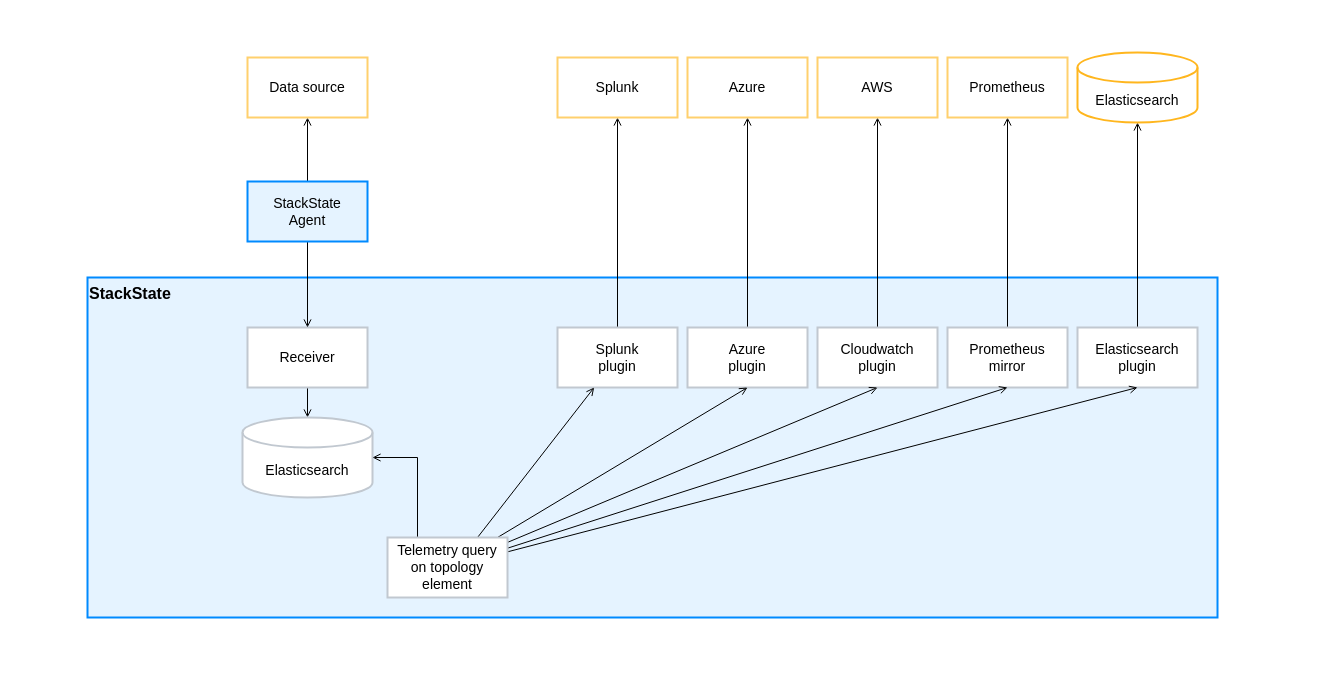
Earlier version of the draw.io diagram resources/drawio/telemetry-sync-2.drawio (StackVista/stackstate-docs). Source tidied: cells renumbered, new cells numbered last; positions are measured from the earlier drawing's top-left corner, leaving out a move shared by most shapes. Both pictures are drawn from the tidied source at 100%, with x=0, y=0 at pixel (17, 17).
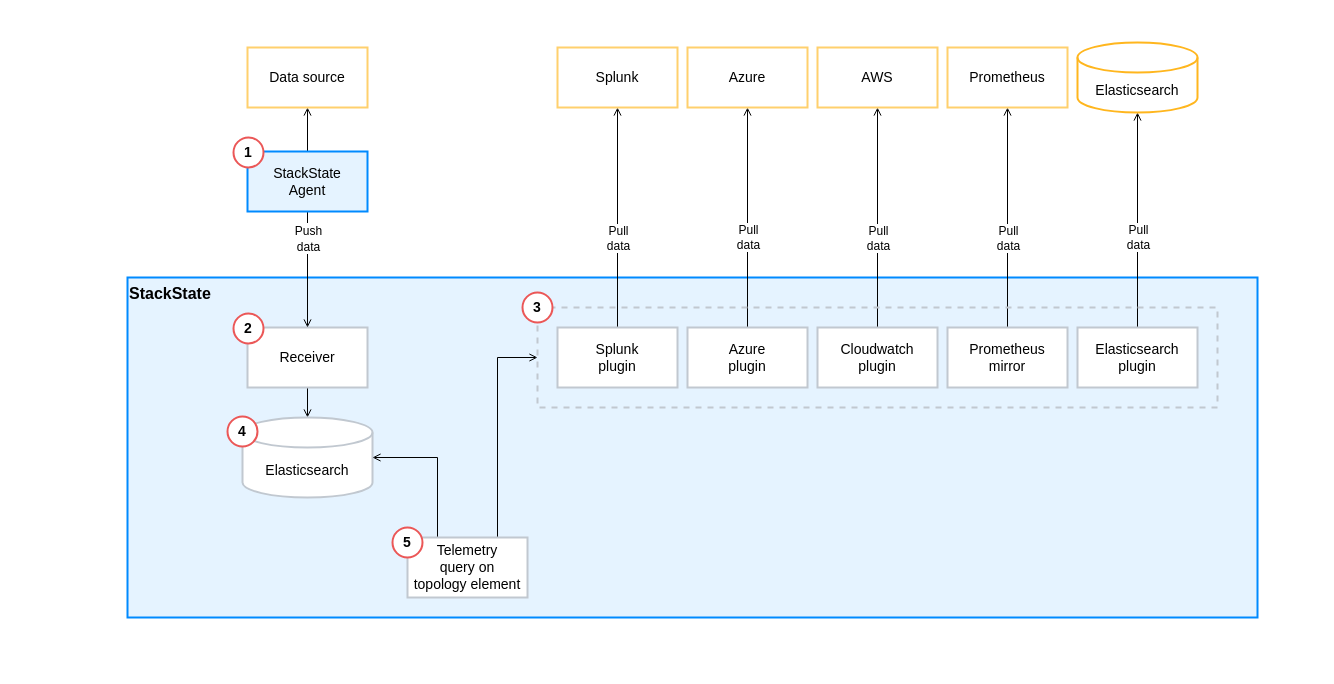
The same diagram, later.

The change refers to these unchanged cells:
```xml
<mxCell id="4" style="edgeStyle=none;rounded=0;jettySize=auto;html=1;entryX=0.5;entryY=1;entryDx=0;entryDy=0;entryPerimeter=0;fontSize=14;endArrow=open;endFill=0;strokeWidth=1;" parent="1" edge="1" source="5" target="30">
  <mxGeometry relative="1" as="geometry" />
</mxCell>
<mxCell id="5" value="Elasticsearch&lt;br&gt;plugin" style="rounded=0;whiteSpace=wrap;html=1;strokeColor=#C1C8D0;strokeWidth=2;fontSize=14;" parent="1" vertex="1">
  <mxGeometry x="1060" y="310" width="120" height="60" as="geometry" />
</mxCell>
<mxCell id="6" style="edgeStyle=none;rounded=0;jettySize=auto;html=1;entryX=0.5;entryY=1;entryDx=0;entryDy=0;fontSize=14;endArrow=open;endFill=0;strokeWidth=1;" parent="1" edge="1" source="7" target="31">
  <mxGeometry relative="1" as="geometry" />
</mxCell>
<mxCell id="7" value="Prometheus&lt;br&gt;mirror" style="rounded=0;whiteSpace=wrap;html=1;strokeColor=#C1C8D0;strokeWidth=2;fontSize=14;" parent="1" vertex="1">
  <mxGeometry x="930" y="310" width="120" height="60" as="geometry" />
</mxCell>
<mxCell id="8" style="edgeStyle=none;rounded=0;jettySize=auto;html=1;entryX=0.5;entryY=1;entryDx=0;entryDy=0;fontSize=14;endArrow=open;endFill=0;strokeWidth=1;" parent="1" edge="1" source="9" target="32">
  <mxGeometry relative="1" as="geometry" />
</mxCell>
<mxCell id="9" value="Cloudwatch&lt;br&gt;plugin" style="rounded=0;whiteSpace=wrap;html=1;strokeColor=#C1C8D0;strokeWidth=2;fontSize=14;" parent="1" vertex="1">
  <mxGeometry x="800" y="310" width="120" height="60" as="geometry" />
</mxCell>
<mxCell id="10" style="edgeStyle=none;rounded=0;jettySize=auto;html=1;entryX=0.5;entryY=1;entryDx=0;entryDy=0;fontSize=14;endArrow=open;endFill=0;strokeWidth=1;" parent="1" edge="1" source="11" target="33">
  <mxGeometry relative="1" as="geometry" />
</mxCell>
<mxCell id="11" value="Azure&lt;br&gt;plugin" style="rounded=0;whiteSpace=wrap;html=1;strokeColor=#C1C8D0;strokeWidth=2;fontSize=14;" parent="1" vertex="1">
  <mxGeometry x="670" y="310" width="120" height="60" as="geometry" />
</mxCell>
<mxCell id="12" style="edgeStyle=none;rounded=0;jettySize=auto;html=1;entryX=0.5;entryY=1;entryDx=0;entryDy=0;fontSize=14;endArrow=open;endFill=0;strokeWidth=1;" parent="1" edge="1" source="13" target="34">
  <mxGeometry relative="1" as="geometry" />
</mxCell>
<mxCell id="13" value="Splunk&lt;br&gt;plugin" style="rounded=0;whiteSpace=wrap;html=1;strokeColor=#C1C8D0;strokeWidth=2;fontSize=14;" parent="1" vertex="1">
  <mxGeometry x="540" y="310" width="120" height="60" as="geometry" />
</mxCell>
<mxCell id="16" style="group;" parent="1" vertex="1">
  <mxGeometry x="225" y="400" width="130" height="80" as="geometry" />
</mxCell>
<mxCell id="26" style="edgeStyle=none;rounded=0;jettySize=auto;html=1;fontSize=14;endArrow=open;endFill=0;strokeWidth=1;" parent="1" edge="1" source="28" target="15">
  <mxGeometry relative="1" as="geometry" />
</mxCell>
```

What changed in the source:
```diff
@@
     <mxCell id="2" style="rounded=0;whiteSpace=wrap;html=1;strokeColor=none;strokeWidth=3;fontSize=14;verticalAlign=top;" parent="1" vertex="1">
-      <mxGeometry width="1250" height="650" as="geometry" />
+      <mxGeometry x="50" width="1250" height="650" as="geometry" />
     </mxCell>
     <mxCell id="3" value="&lt;b&gt;&lt;font style=&quot;font-size: 16px&quot;&gt;StackState&lt;/font&gt;&lt;/b&gt;" style="rounded=0;whiteSpace=wrap;html=1;strokeWidth=2;strokeColor=#008AFF;arcSize=2;verticalAlign=top;fillColor=#008AFF;fillOpacity=10;align=left;" parent="1" vertex="1">
-      <mxGeometry x="70" y="260" width="1130" height="340" as="geometry" />
+      <mxGeometry x="110" y="260" width="1130" height="340" as="geometry" />
     </mxCell>
@@
+    <mxCell id="35" value="Pull&lt;br&gt;data" style="edgeLabel;html=1;align=center;verticalAlign=middle;fontSize=12;" parent="4" vertex="1">
+      <mxGeometry x="-0.23" y="-2" relative="1" as="geometry">
+        <mxPoint x="-2" y="-8" as="offset" />
+      </mxGeometry>
+    </mxCell>
@@
+    <mxCell id="36" value="Pull&lt;br&gt;data" style="edgeLabel;html=1;align=center;verticalAlign=middle;fontSize=12;" parent="6" vertex="1">
+      <mxGeometry x="-0.27" y="-2" relative="1" as="geometry">
+        <mxPoint x="-2" y="-10" as="offset" />
+      </mxGeometry>
+    </mxCell>
@@
+    <mxCell id="37" value="Pull&lt;br&gt;data" style="edgeLabel;html=1;align=center;verticalAlign=middle;fontSize=12;" parent="8" vertex="1">
+      <mxGeometry x="-0.23" y="-1" relative="1" as="geometry">
+        <mxPoint x="-1" y="-5" as="offset" />
+      </mxGeometry>
+    </mxCell>
@@
+    <mxCell id="38" value="Pull&lt;br&gt;data" style="edgeLabel;html=1;align=center;verticalAlign=middle;fontSize=12;" parent="10" vertex="1">
+      <mxGeometry x="-0.23" y="-2" relative="1" as="geometry">
+        <mxPoint x="-2" y="-6" as="offset" />
+      </mxGeometry>
+    </mxCell>
@@
+    <mxCell id="39" value="Pull&lt;br&gt;data" style="edgeLabel;html=1;align=center;verticalAlign=middle;fontSize=12;" parent="12" vertex="1">
+      <mxGeometry x="-0.21" relative="1" as="geometry">
+        <mxPoint y="-3" as="offset" />
+      </mxGeometry>
+    </mxCell>
@@
+    <mxCell id="40" value="&lt;b&gt;4&lt;/b&gt;" style="ellipse;whiteSpace=wrap;html=1;strokeWidth=2;fillColor=default;strokeColor=#EB5757;rounded=0;fontSize=14;align=center;verticalAlign=middle;" parent="16" vertex="1">
+      <mxGeometry x="-15" y="-1" width="30" height="30" as="geometry" />
+    </mxCell>
@@
-    <mxCell id="20" style="rounded=0;jettySize=auto;html=1;fontSize=14;endArrow=open;endFill=0;strokeWidth=1;exitX=0.75;exitY=0;exitDx=0;exitDy=0;" parent="1" edge="1" source="25" target="13">
-      <mxGeometry relative="1" as="geometry" />
-    </mxCell>
-    <mxCell id="21" style="edgeStyle=none;rounded=0;jettySize=auto;html=1;entryX=0.5;entryY=1;entryDx=0;entryDy=0;fontSize=14;endArrow=open;endFill=0;strokeWidth=1;" parent="1" edge="1" source="25" target="11">
-      <mxGeometry relative="1" as="geometry" />
-    </mxCell>
-    <mxCell id="22" style="edgeStyle=none;rounded=0;jettySize=auto;html=1;entryX=0.5;entryY=1;entryDx=0;entryDy=0;fontSize=14;endArrow=open;endFill=0;strokeWidth=1;" parent="1" edge="1" source="25" target="9">
-      <mxGeometry relative="1" as="geometry" />
-    </mxCell>
-    <mxCell id="23" style="edgeStyle=none;rounded=0;jettySize=auto;html=1;entryX=0.5;entryY=1;entryDx=0;entryDy=0;fontSize=14;endArrow=open;endFill=0;strokeWidth=1;" parent="1" edge="1" source="25" target="7">
-      <mxGeometry relative="1" as="geometry" />
-    </mxCell>
-    <mxCell id="24" style="edgeStyle=none;rounded=0;jettySize=auto;html=1;entryX=0.5;entryY=1;entryDx=0;entryDy=0;fontSize=14;endArrow=open;endFill=0;strokeWidth=1;" parent="1" edge="1" source="25" target="5">
-      <mxGeometry relative="1" as="geometry" />
-    </mxCell>
+    <mxCell id="41" style="edgeStyle=orthogonalEdgeStyle;rounded=0;jettySize=auto;html=1;entryX=0;entryY=0.5;entryDx=0;entryDy=0;fontSize=14;endArrow=open;endFill=0;strokeWidth=1;exitX=0.75;exitY=0;exitDx=0;exitDy=0;" parent="1" edge="1" source="25" target="43">
+      <mxGeometry relative="1" as="geometry" />
+    </mxCell>
-    <mxCell id="25" value="Telemetry query on topology element" style="rounded=0;whiteSpace=wrap;html=1;strokeColor=#C1C8D0;strokeWidth=2;fontSize=14;" parent="1" vertex="1">
-      <mxGeometry x="370" y="520" width="120" height="60" as="geometry" />
+    <mxCell id="25" value="Telemetry &lt;br&gt;query on &lt;br&gt;topology element" style="rounded=0;whiteSpace=wrap;html=1;strokeColor=#C1C8D0;strokeWidth=2;fontSize=14;" parent="1" vertex="1">
+      <mxGeometry x="390" y="520" width="120" height="60" as="geometry" />
     </mxCell>
@@
+    <mxCell id="42" value="&lt;font style=&quot;font-size: 12px&quot;&gt;Push&lt;br&gt;data&lt;br&gt;&lt;/font&gt;" style="edgeLabel;html=1;align=center;verticalAlign=middle;fontSize=13;" parent="26" vertex="1">
+      <mxGeometry x="-0.48" y="2" relative="1" as="geometry">
+        <mxPoint x="-2" y="-4" as="offset" />
+      </mxGeometry>
+    </mxCell>
@@
     <mxCell id="28" value="StackState&lt;br&gt;Agent" style="rounded=0;whiteSpace=wrap;html=1;strokeWidth=2;strokeColor=#008AFF;fontSize=14;verticalAlign=middle;fillColor=#008AFF;fillOpacity=10;" parent="1" vertex="1">
-      <mxGeometry x="230" y="164" width="120" height="60" as="geometry" />
+      <mxGeometry x="230" y="134" width="120" height="60" as="geometry" />
     </mxCell>
     <mxCell id="29" value="Data source" style="rounded=0;whiteSpace=wrap;html=1;strokeWidth=2;strokeColor=#FFD06D;fontSize=14;" parent="1" vertex="1">
-      <mxGeometry x="230" y="40" width="120" height="60" as="geometry" />
+      <mxGeometry x="230" y="30" width="120" height="60" as="geometry" />
     </mxCell>
     <mxCell id="30" value="Elasticsearch" style="shape=cylinder3;whiteSpace=wrap;html=1;boundedLbl=1;backgroundOutline=1;size=15;rounded=0;strokeColor=#FFB61E;strokeWidth=2;fontSize=14;" parent="1" vertex="1">
-      <mxGeometry x="1060" y="35" width="120" height="70" as="geometry" />
+      <mxGeometry x="1060" y="25" width="120" height="70" as="geometry" />
     </mxCell>
     <mxCell id="31" value="Prometheus" style="rounded=0;whiteSpace=wrap;html=1;strokeWidth=2;strokeColor=#FFD06D;fontSize=14;" parent="1" vertex="1">
-      <mxGeometry x="930" y="40" width="120" height="60" as="geometry" />
+      <mxGeometry x="930" y="30" width="120" height="60" as="geometry" />
     </mxCell>
     <mxCell id="32" value="AWS" style="rounded=0;whiteSpace=wrap;html=1;strokeWidth=2;strokeColor=#FFD06D;fontSize=14;" parent="1" vertex="1">
-      <mxGeometry x="800" y="40" width="120" height="60" as="geometry" />
+      <mxGeometry x="800" y="30" width="120" height="60" as="geometry" />
     </mxCell>
     <mxCell id="33" value="Azure" style="rounded=0;whiteSpace=wrap;html=1;strokeWidth=2;strokeColor=#FFD06D;fontSize=14;" parent="1" vertex="1">
-      <mxGeometry x="670" y="40" width="120" height="60" as="geometry" />
+      <mxGeometry x="670" y="30" width="120" height="60" as="geometry" />
     </mxCell>
     <mxCell id="34" value="Splunk" style="rounded=0;whiteSpace=wrap;html=1;strokeWidth=2;strokeColor=#FFD06D;fontSize=14;" parent="1" vertex="1">
-      <mxGeometry x="540" y="40" width="120" height="60" as="geometry" />
+      <mxGeometry x="540" y="30" width="120" height="60" as="geometry" />
     </mxCell>
+    <mxCell id="43" style="rounded=0;whiteSpace=wrap;html=1;strokeColor=#C1C8D0;strokeWidth=2;fontSize=14;fillColor=none;align=left;verticalAlign=middle;dashed=1;" parent="1" vertex="1">
+      <mxGeometry x="520" y="290" width="680" height="100" as="geometry" />
+    </mxCell>
+    <mxCell id="44" value="&lt;b&gt;1&lt;/b&gt;" style="ellipse;whiteSpace=wrap;html=1;strokeWidth=2;fillColor=default;strokeColor=#EB5757;rounded=0;fontSize=14;align=center;verticalAlign=middle;" parent="1" vertex="1">
+      <mxGeometry x="216" y="120" width="30" height="30" as="geometry" />
+    </mxCell>
+    <mxCell id="45" value="&lt;b&gt;2&lt;/b&gt;" style="ellipse;whiteSpace=wrap;html=1;strokeWidth=2;fillColor=default;strokeColor=#EB5757;rounded=0;fontSize=14;align=center;verticalAlign=middle;" parent="1" vertex="1">
+      <mxGeometry x="216" y="296" width="30" height="30" as="geometry" />
+    </mxCell>
+    <mxCell id="46" value="&lt;b&gt;3&lt;/b&gt;" style="ellipse;whiteSpace=wrap;html=1;strokeWidth=2;fillColor=default;strokeColor=#EB5757;rounded=0;fontSize=14;align=center;verticalAlign=middle;" parent="1" vertex="1">
+      <mxGeometry x="505" y="275" width="30" height="30" as="geometry" />
+    </mxCell>
+    <mxCell id="47" value="&lt;b&gt;5&lt;/b&gt;" style="ellipse;whiteSpace=wrap;html=1;strokeWidth=2;fillColor=default;strokeColor=#EB5757;rounded=0;fontSize=14;align=center;verticalAlign=middle;" parent="1" vertex="1">
+      <mxGeometry x="375" y="510" width="30" height="30" as="geometry" />
+    </mxCell>
```
